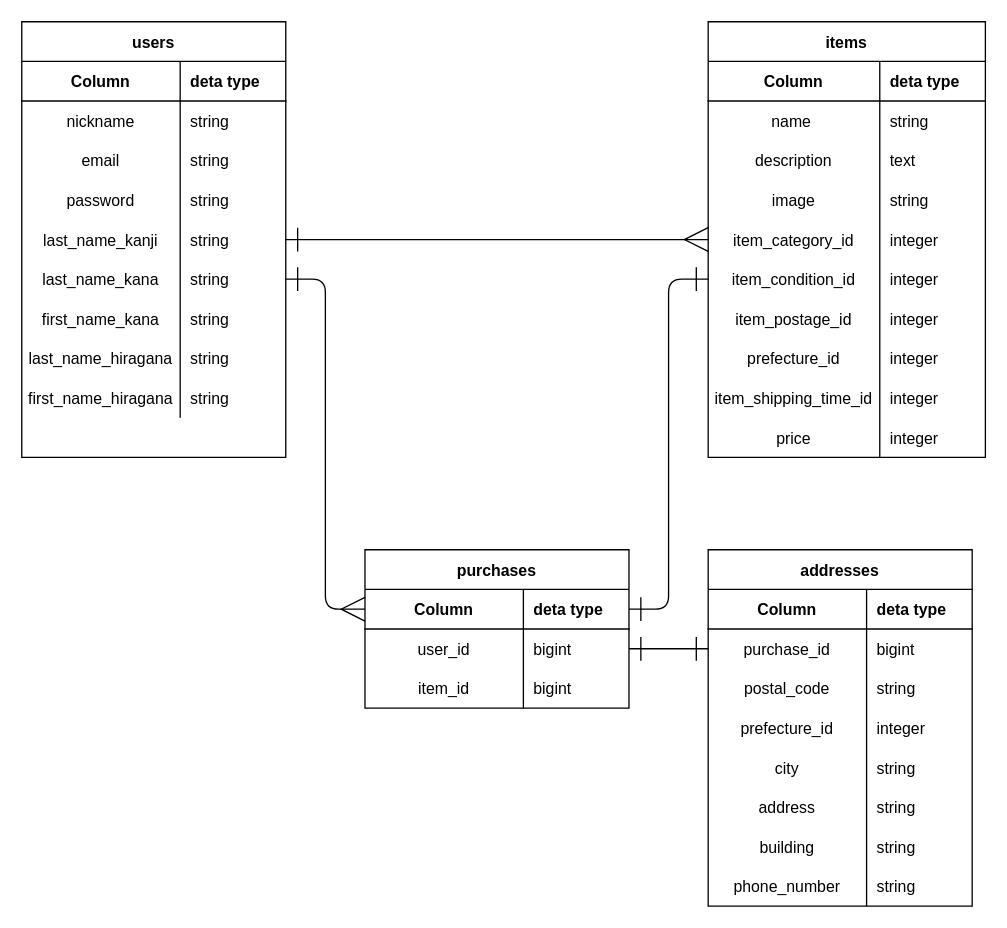
The draw.io diagram ER.dio in Taninokuchi-Y/furima-41761, before the edit. Source tidied: cells renumbered, new cells numbered last; positions are measured from the earlier drawing's top-left corner, leaving out a move shared by most shapes. Both pictures are drawn from the tidied source at 132%, with x=0, y=0 at pixel (21, 21).
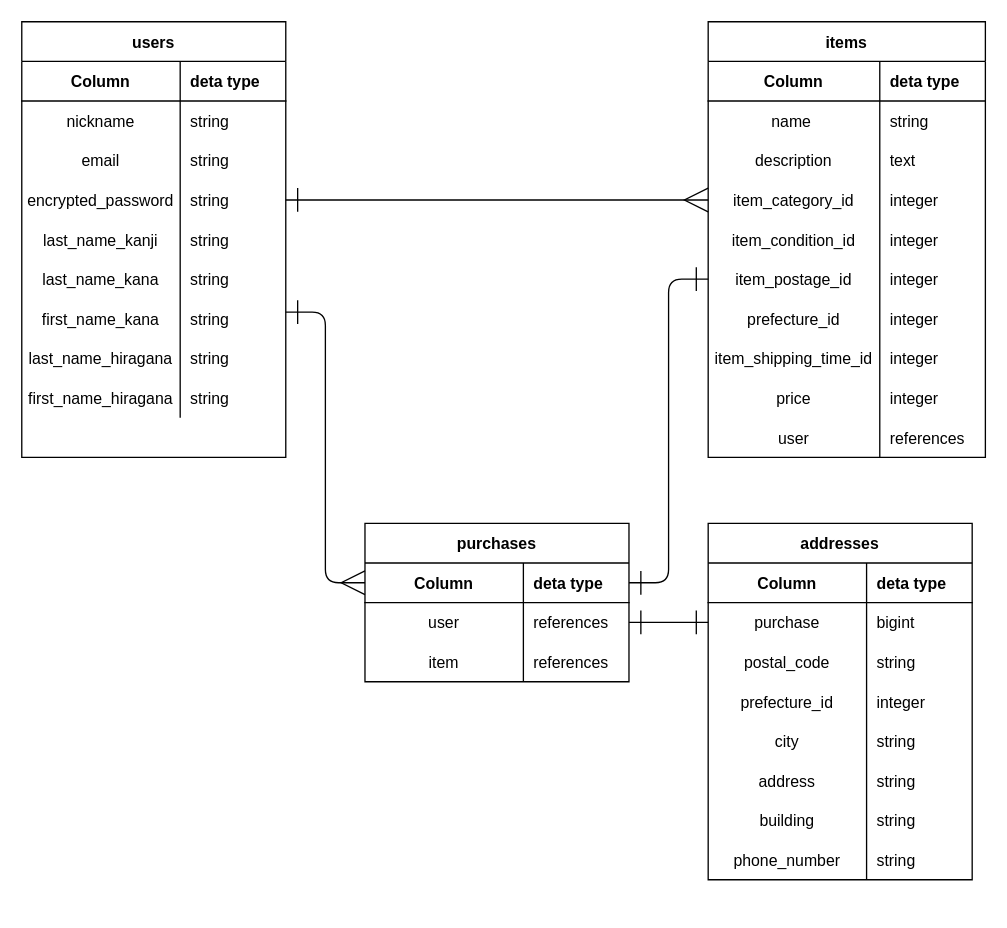
Above is the later version.

Commit message (it also covers changes not shown here):
テーブル設計、ER図作成_修正

Unchanged cells that the change refers to:
```xml
<mxCell id="12" style="shape=tableRow;horizontal=0;startSize=0;swimlaneHead=0;swimlaneBody=0;fillColor=none;points=[[0,0.5],[1,0.5]];portConstraint=eastwest;top=0;left=0;right=0;bottom=0;" parent="2" vertex="1">
  <mxGeometry y="120" width="200" height="30" as="geometry" />
</mxCell>
<mxCell id="15" style="shape=tableRow;horizontal=0;startSize=0;swimlaneHead=0;swimlaneBody=0;fillColor=none;points=[[0,0.5],[1,0.5]];portConstraint=eastwest;top=0;left=0;right=0;bottom=0;" parent="2" vertex="1">
  <mxGeometry y="150" width="200" height="30" as="geometry" />
</mxCell>
<mxCell id="18" style="shape=tableRow;horizontal=0;startSize=0;swimlaneHead=0;swimlaneBody=0;fillColor=none;points=[[0,0.5],[1,0.5]];portConstraint=eastwest;top=0;left=0;right=0;bottom=0;" parent="2" vertex="1">
  <mxGeometry y="180" width="200" height="30" as="geometry" />
</mxCell>
<mxCell id="30" value="items" style="shape=table;startSize=30;childLayout=tableLayout;rowLines=0;fontStyle=1;align=center;verticalAlign=middle;" parent="1" vertex="1">
  <mxGeometry x="520" width="210" height="330" as="geometry" />
</mxCell>
<mxCell id="62" style="shape=tableRow;horizontal=0;startSize=0;swimlaneHead=0;swimlaneBody=0;fillColor=none;points=[[0,0.5],[1,0.5]];portConstraint=eastwest;top=0;left=0;right=0;bottom=1;" parent="61" vertex="1">
  <mxGeometry y="30" width="200" height="30" as="geometry" />
</mxCell>
<mxCell id="65" style="shape=tableRow;horizontal=0;startSize=0;swimlaneHead=0;swimlaneBody=0;fillColor=none;points=[[0,0.5],[1,0.5]];portConstraint=eastwest;top=0;left=0;right=0;bottom=0;" parent="61" vertex="1">
  <mxGeometry y="60" width="200" height="30" as="geometry" />
</mxCell>
<mxCell id="68" style="shape=tableRow;horizontal=0;startSize=0;swimlaneHead=0;swimlaneBody=0;fillColor=none;top=0;left=0;right=0;bottom=0;" parent="61" vertex="1">
  <mxGeometry y="90" width="200" height="30" as="geometry" />
</mxCell>
<mxCell id="76" style="shape=tableRow;horizontal=0;startSize=0;swimlaneHead=0;swimlaneBody=0;fillColor=none;points=[[0,0.5],[1,0.5]];portConstraint=eastwest;top=0;left=0;right=0;bottom=0;" parent="72" vertex="1">
  <mxGeometry y="60" width="200" height="30" as="geometry" />
</mxCell>
```

What changed in the source:
```diff
@@
-    <mxCell id="13" value="password" style="shape=partialRectangle;fillColor=none;top=0;left=0;bottom=0;right=0;overflow=hidden;" parent="12" vertex="1">
+    <mxCell id="13" value="encrypted_password" style="shape=partialRectangle;fillColor=none;top=0;left=0;bottom=0;right=0;overflow=hidden;" parent="12" vertex="1">
       <mxGeometry width="120" height="30" as="geometry" />
     </mxCell>
@@
-    <mxCell id="40" style="shape=tableRow;horizontal=0;startSize=0;swimlaneHead=0;swimlaneBody=0;fillColor=none;top=0;left=0;right=0;bottom=0;" parent="30" vertex="1">
-      <mxGeometry y="120" width="210" height="30" as="geometry" />
-    </mxCell>
-    <mxCell id="41" value="image" style="shape=partialRectangle;fillColor=none;top=0;left=0;bottom=0;right=0;overflow=hidden;" parent="40" vertex="1">
-      <mxGeometry width="130" height="30" as="geometry" />
-    </mxCell>
-    <mxCell id="42" value="string" style="shape=partialRectangle;fillColor=none;top=0;left=0;bottom=0;right=0;align=left;spacingLeft=6;overflow=hidden;" parent="40" vertex="1">
-      <mxGeometry x="130" width="80" height="30" as="geometry" />
-    </mxCell>
     <mxCell id="43" style="shape=tableRow;horizontal=0;startSize=0;swimlaneHead=0;swimlaneBody=0;fillColor=none;points=[[0,0.5],[1,0.5]];portConstraint=eastwest;top=0;left=0;right=0;bottom=0;" parent="30" vertex="1">
-      <mxGeometry y="150" width="210" height="30" as="geometry" />
+      <mxGeometry y="120" width="210" height="30" as="geometry" />
     </mxCell>
@@
     <mxCell id="46" style="shape=tableRow;horizontal=0;startSize=0;swimlaneHead=0;swimlaneBody=0;fillColor=none;points=[[0,0.5],[1,0.5]];portConstraint=eastwest;top=0;left=0;right=0;bottom=0;" parent="30" vertex="1">
-      <mxGeometry y="180" width="210" height="30" as="geometry" />
+      <mxGeometry y="150" width="210" height="30" as="geometry" />
     </mxCell>
@@
     <mxCell id="49" style="shape=tableRow;horizontal=0;startSize=0;swimlaneHead=0;swimlaneBody=0;fillColor=none;points=[[0,0.5],[1,0.5]];portConstraint=eastwest;top=0;left=0;right=0;bottom=0;" parent="30" vertex="1">
-      <mxGeometry y="210" width="210" height="30" as="geometry" />
+      <mxGeometry y="180" width="210" height="30" as="geometry" />
     </mxCell>
@@
     <mxCell id="52" style="shape=tableRow;horizontal=0;startSize=0;swimlaneHead=0;swimlaneBody=0;fillColor=none;top=0;left=0;right=0;bottom=0;" parent="30" vertex="1">
-      <mxGeometry y="240" width="210" height="30" as="geometry" />
+      <mxGeometry y="210" width="210" height="30" as="geometry" />
     </mxCell>
@@
     <mxCell id="55" style="shape=tableRow;horizontal=0;startSize=0;swimlaneHead=0;swimlaneBody=0;fillColor=none;top=0;left=0;right=0;bottom=0;" parent="30" vertex="1">
-      <mxGeometry y="270" width="210" height="30" as="geometry" />
+      <mxGeometry y="240" width="210" height="30" as="geometry" />
     </mxCell>
@@
     <mxCell id="58" style="shape=tableRow;horizontal=0;startSize=0;swimlaneHead=0;swimlaneBody=0;fillColor=none;top=0;left=0;right=0;bottom=0;" parent="30" vertex="1">
-      <mxGeometry y="300" width="210" height="30" as="geometry" />
+      <mxGeometry y="270" width="210" height="30" as="geometry" />
     </mxCell>
@@
+    <mxCell id="100" style="shape=tableRow;horizontal=0;startSize=0;swimlaneHead=0;swimlaneBody=0;fillColor=none;top=0;left=0;right=0;bottom=0;" parent="30" vertex="1">
+      <mxGeometry y="300" width="210" height="30" as="geometry" />
+    </mxCell>
+    <mxCell id="101" value="user" style="shape=partialRectangle;fillColor=none;top=0;left=0;bottom=0;right=0;overflow=hidden;" parent="100" vertex="1">
+      <mxGeometry width="130" height="30" as="geometry" />
+    </mxCell>
+    <mxCell id="102" value="references" style="shape=partialRectangle;fillColor=none;top=0;left=0;bottom=0;right=0;align=left;spacingLeft=6;overflow=hidden;" parent="100" vertex="1">
+      <mxGeometry x="130" width="80" height="30" as="geometry" />
+    </mxCell>
     <mxCell id="61" value="purchases" style="shape=table;startSize=30;childLayout=tableLayout;rowLines=0;fontStyle=1;align=center;verticalAlign=middle;" parent="1" vertex="1">
-      <mxGeometry x="260" y="400" width="200" height="120" as="geometry" />
+      <mxGeometry x="260" y="380" width="200" height="120" as="geometry" />
     </mxCell>
@@
-    <mxCell id="66" value="user_id" style="shape=partialRectangle;fillColor=none;top=0;left=0;bottom=0;right=0;overflow=hidden;" parent="65" vertex="1">
+    <mxCell id="66" value="user" style="shape=partialRectangle;fillColor=none;top=0;left=0;bottom=0;right=0;overflow=hidden;" parent="65" vertex="1">
       <mxGeometry width="120" height="30" as="geometry" />
     </mxCell>
-    <mxCell id="67" value="bigint" style="shape=partialRectangle;fillColor=none;top=0;left=0;bottom=0;right=0;align=left;spacingLeft=6;overflow=hidden;" parent="65" vertex="1">
+    <mxCell id="67" value="references" style="shape=partialRectangle;fillColor=none;top=0;left=0;bottom=0;right=0;align=left;spacingLeft=6;overflow=hidden;" parent="65" vertex="1">
       <mxGeometry x="120" width="80" height="30" as="geometry" />
     </mxCell>
@@
-    <mxCell id="69" value="item_id" style="shape=partialRectangle;fillColor=none;top=0;left=0;bottom=0;right=0;overflow=hidden;" parent="68" vertex="1">
+    <mxCell id="69" value="item" style="shape=partialRectangle;fillColor=none;top=0;left=0;bottom=0;right=0;overflow=hidden;" parent="68" vertex="1">
       <mxGeometry width="120" height="30" as="geometry" />
     </mxCell>
-    <mxCell id="70" value="bigint" style="shape=partialRectangle;fillColor=none;top=0;left=0;bottom=0;right=0;align=left;spacingLeft=6;overflow=hidden;" parent="68" vertex="1">
+    <mxCell id="70" value="references" style="shape=partialRectangle;fillColor=none;top=0;left=0;bottom=0;right=0;align=left;spacingLeft=6;overflow=hidden;" parent="68" vertex="1">
       <mxGeometry x="120" width="80" height="30" as="geometry" />
     </mxCell>
-    <mxCell id="71" style="edgeStyle=entityRelationEdgeStyle;fontSize=12;html=1;endArrow=ERmany;endFill=0;exitX=1;exitY=0.5;exitDx=0;exitDy=0;strokeWidth=1;endSize=16;entryX=0;entryY=0.5;entryDx=0;entryDy=0;startArrow=ERone;startFill=0;startSize=16;" parent="1" edge="1" source="15" target="43">
+    <mxCell id="71" style="edgeStyle=entityRelationEdgeStyle;fontSize=12;html=1;endArrow=ERmany;endFill=0;exitX=1;exitY=0.5;exitDx=0;exitDy=0;strokeWidth=1;endSize=16;entryX=0;entryY=0.5;entryDx=0;entryDy=0;startArrow=ERone;startFill=0;startSize=16;" parent="1" edge="1" source="12" target="43">
       <mxGeometry relative="1" as="geometry" />
     </mxCell>
     <mxCell id="72" value="addresses" style="shape=table;startSize=30;childLayout=tableLayout;rowLines=0;fontStyle=1;align=center;verticalAlign=middle;" parent="1" vertex="1">
-      <mxGeometry x="520" y="400" width="200" height="270" as="geometry" />
+      <mxGeometry x="520" y="380" width="200" height="270" as="geometry" />
     </mxCell>
@@
-    <mxCell id="77" value="purchase_id" style="shape=partialRectangle;fillColor=none;top=0;left=0;bottom=0;right=0;overflow=hidden;" parent="76" vertex="1">
+    <mxCell id="77" value="purchase" style="shape=partialRectangle;fillColor=none;top=0;left=0;bottom=0;right=0;overflow=hidden;" parent="76" vertex="1">
       <mxGeometry width="120" height="30" as="geometry" />
     </mxCell>
@@
-    <mxCell id="97" style="edgeStyle=entityRelationEdgeStyle;fontSize=12;html=1;endArrow=ERmany;endFill=0;exitX=1;exitY=0.5;exitDx=0;exitDy=0;strokeWidth=1;endSize=16;entryX=0;entryY=0.5;entryDx=0;entryDy=0;startArrow=ERone;startFill=0;startSize=16;" parent="1" edge="1" source="18" target="62">
-      <mxGeometry relative="1" as="geometry" />
+    <mxCell id="97" style="edgeStyle=entityRelationEdgeStyle;fontSize=12;html=1;endArrow=ERmany;endFill=0;exitX=1;exitY=0.5;exitDx=0;exitDy=0;strokeWidth=1;endSize=16;entryX=0;entryY=0.5;entryDx=0;entryDy=0;startArrow=ERone;startFill=0;startSize=16;" parent="1" edge="1" target="62">
+      <mxGeometry relative="1" as="geometry">
+        <mxPoint x="200" y="220" as="sourcePoint" />
+      </mxGeometry>
     </mxCell>
-    <mxCell id="98" style="edgeStyle=entityRelationEdgeStyle;fontSize=12;html=1;endArrow=ERone;endFill=0;exitX=0;exitY=0.5;exitDx=0;exitDy=0;strokeWidth=1;endSize=16;entryX=1;entryY=0.5;entryDx=0;entryDy=0;startArrow=ERone;startFill=0;startSize=16;" parent="1" edge="1" source="46" target="62">
+    <mxCell id="98" style="edgeStyle=entityRelationEdgeStyle;fontSize=12;html=1;endArrow=ERone;endFill=0;exitX=0;exitY=0.5;exitDx=0;exitDy=0;strokeWidth=1;endSize=16;entryX=1;entryY=0.5;entryDx=0;entryDy=0;startArrow=ERone;startFill=0;startSize=16;" parent="1" edge="1" source="49" target="62">
       <mxGeometry relative="1" as="geometry" />
     </mxCell>
```
